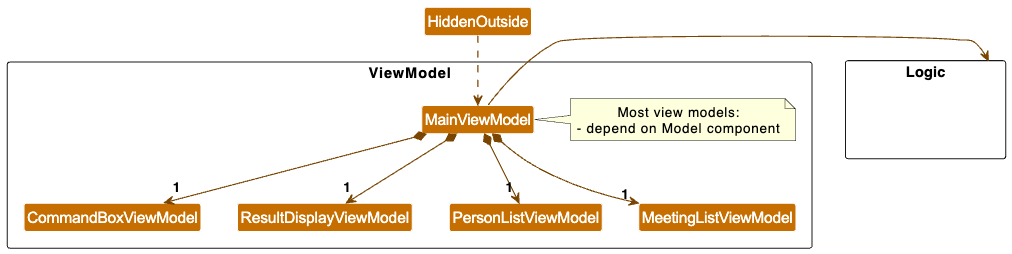
Above: docs/images/ViewModelClassDiagram.png in Kannan171/tp (PlantUML), before the change. Its source is kept beside it as docs/diagrams/ViewModelClassDiagram.puml. Source of this version:
```plantuml
@startuml
!include style.puml
skinparam arrowThickness 1.1
skinparam arrowColor VIEW_MODEL_COLOR_T4
skinparam classBackgroundColor VIEW_MODEL_COLOR

package ViewModel <<Rectangle>>{
Class MainViewModel
Class CommandBoxViewModel
Class ResultDisplayViewModel
Class PersonListViewModel
Class MeetingListViewModel
note right of MainViewModel
  Most view models:
  - depend on Model component
end note
}

package Logic <<Rectangle>> {
Class HiddenLogic #FFFFFF
}

HiddenOutside ..> MainViewModel

MainViewModel *-down->  "1" CommandBoxViewModel
MainViewModel *-down-> "1" ResultDisplayViewModel
MainViewModel *-down-> "1" PersonListViewModel
MainViewModel *-down-> "1" MeetingListViewModel

MainViewModel -right-> Logic

ResultDisplayViewModel -[hidden]left- CommandBoxViewModel
PersonListViewModel -[hidden]left- ResultDisplayViewModel
MeetingListViewModel -[hidden]left- PersonListViewModel
@enduml
```
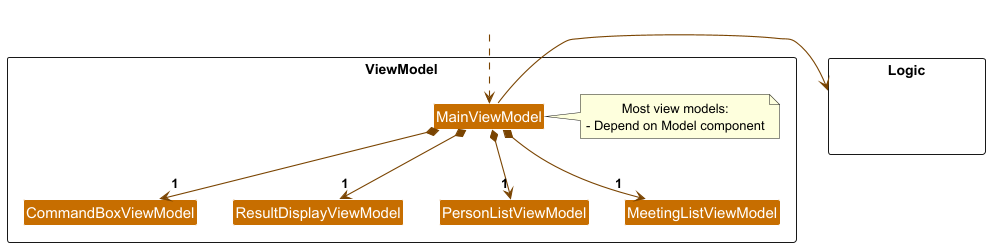
Later version of the same file.

Commit message:
Update Architecture section of DG

Change to the diagram source:
```diff
@@ -12,7 +12,7 @@
 Class MeetingListViewModel
 note right of MainViewModel
   Most view models:
-  - depend on Model component
+  - Depend on Model component
 end note
 }
 
@@ -20,6 +20,7 @@
 Class HiddenLogic #FFFFFF
 }
 
+Class HiddenOutside #FFFFFF
 HiddenOutside ..> MainViewModel
 
 MainViewModel *-down->  "1" CommandBoxViewModel
```
